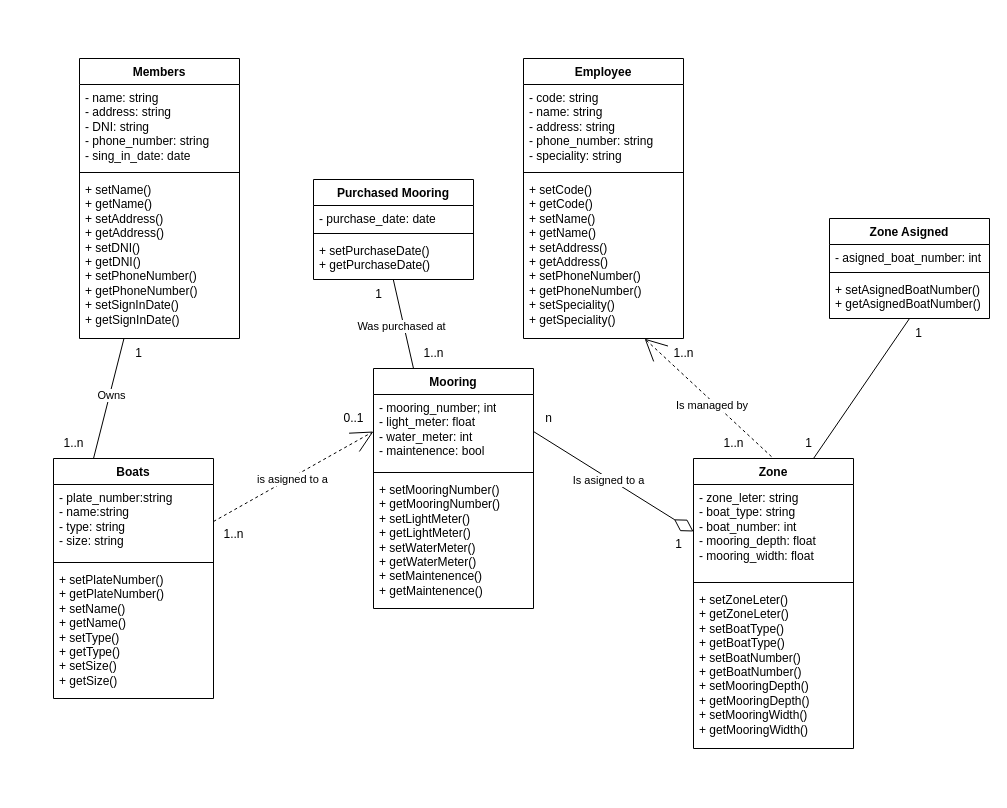
Alex-Doga/etsdam_alejandro keeps this draw.io diagram as ut4/Pruebas Diagramas de Clasesdraw.io/ClubNautico.drawio. Above is the earlier version. Source tidied: cells renumbered, new cells numbered last; positions are measured from the earlier drawing's top-left corner, leaving out a move shared by most shapes. Both pictures are drawn from the tidied source at 100%, with x=0, y=0 at pixel (53, 58).
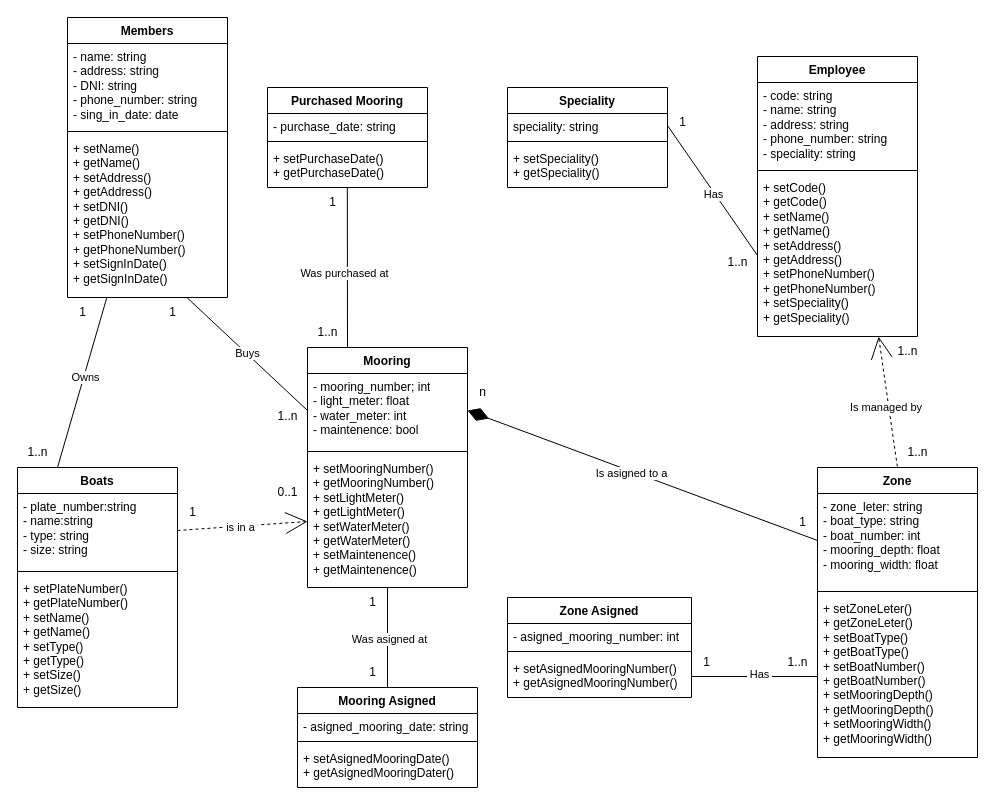
After the change.

Commit message (it also covers changes not shown here):
Nuevo diagrama en ut4

The change refers to these unchanged cells:
```xml
<mxCell id="7" value="+ setName()&lt;div&gt;+ getName()&lt;/div&gt;&lt;div&gt;+ setAddress()&lt;/div&gt;&lt;div&gt;+ getAddress()&lt;/div&gt;&lt;div&gt;+ setDNI()&lt;/div&gt;&lt;div&gt;+ getDNI()&lt;/div&gt;&lt;div&gt;+ setPhoneNumber()&lt;/div&gt;&lt;div&gt;+ getPhoneNumber()&lt;/div&gt;&lt;div&gt;+ setSignInDate()&lt;/div&gt;&lt;div&gt;+ getSignInDate()&lt;/div&gt;" style="text;strokeColor=none;fillColor=none;align=left;verticalAlign=top;spacingLeft=4;spacingRight=4;overflow=hidden;points=[[0,0.5],[1,0.5]];portConstraint=eastwest;whiteSpace=wrap;html=1;" parent="4" vertex="1">
  <mxGeometry y="118" width="160" height="162" as="geometry" />
</mxCell>
<mxCell id="9" value="- plate_number:string&lt;div&gt;- name:string&lt;/div&gt;&lt;div&gt;- type: string&lt;/div&gt;&lt;div&gt;- size: string&lt;/div&gt;" style="text;strokeColor=none;fillColor=none;align=left;verticalAlign=top;spacingLeft=4;spacingRight=4;overflow=hidden;points=[[0,0.5],[1,0.5]];portConstraint=eastwest;whiteSpace=wrap;html=1;" parent="8" vertex="1">
  <mxGeometry y="26" width="160" height="74" as="geometry" />
</mxCell>
<mxCell id="15" value="+ setCode()&lt;div&gt;+ getCode()&lt;/div&gt;&lt;div&gt;+ setName()&lt;/div&gt;&lt;div&gt;+ getName()&lt;/div&gt;&lt;div&gt;+ setAddress()&lt;/div&gt;&lt;div&gt;+ getAddress()&lt;/div&gt;&lt;div&gt;+ setPhoneNumber()&lt;/div&gt;&lt;div&gt;+ getPhoneNumber()&lt;/div&gt;&lt;div&gt;+ setSpeciality()&lt;/div&gt;&lt;div&gt;+ getSpeciality()&lt;/div&gt;" style="text;strokeColor=none;fillColor=none;align=left;verticalAlign=top;spacingLeft=4;spacingRight=4;overflow=hidden;points=[[0,0.5],[1,0.5]];portConstraint=eastwest;whiteSpace=wrap;html=1;" parent="12" vertex="1">
  <mxGeometry y="118" width="160" height="162" as="geometry" />
</mxCell>
<mxCell id="17" value="- mooring_number; int&lt;div&gt;- light_meter: float&lt;/div&gt;&lt;div&gt;- water_meter: int&lt;/div&gt;&lt;div&gt;- maintenence: bool&lt;/div&gt;" style="text;strokeColor=none;fillColor=none;align=left;verticalAlign=top;spacingLeft=4;spacingRight=4;overflow=hidden;points=[[0,0.5],[1,0.5]];portConstraint=eastwest;whiteSpace=wrap;html=1;" parent="16" vertex="1">
  <mxGeometry y="26" width="160" height="74" as="geometry" />
</mxCell>
<mxCell id="19" value="+ setMooringNumber()&lt;div&gt;+ getMooringNumber()&lt;/div&gt;&lt;div&gt;+ setLightMeter()&lt;/div&gt;&lt;div&gt;+ getLightMeter()&lt;/div&gt;&lt;div&gt;+ setWaterMeter()&lt;/div&gt;&lt;div&gt;+ getWaterMeter()&lt;/div&gt;&lt;div&gt;+ setMaintenence()&lt;/div&gt;&lt;div&gt;+ getMaintenence()&lt;/div&gt;" style="text;strokeColor=none;fillColor=none;align=left;verticalAlign=top;spacingLeft=4;spacingRight=4;overflow=hidden;points=[[0,0.5],[1,0.5]];portConstraint=eastwest;whiteSpace=wrap;html=1;" parent="16" vertex="1">
  <mxGeometry y="108" width="160" height="132" as="geometry" />
</mxCell>
<mxCell id="21" value="- zone_leter: string&lt;div&gt;- boat_type: string&lt;/div&gt;&lt;div&gt;- boat_number: int&lt;/div&gt;&lt;div&gt;- mooring_depth: float&lt;/div&gt;&lt;div&gt;- mooring_width: float&lt;/div&gt;" style="text;strokeColor=none;fillColor=none;align=left;verticalAlign=top;spacingLeft=4;spacingRight=4;overflow=hidden;points=[[0,0.5],[1,0.5]];portConstraint=eastwest;whiteSpace=wrap;html=1;" parent="20" vertex="1">
  <mxGeometry y="26" width="160" height="94" as="geometry" />
</mxCell>
<mxCell id="23" value="+ setZoneLeter()&lt;div&gt;+ getZoneLeter()&lt;/div&gt;&lt;div&gt;+ setBoatType()&lt;/div&gt;&lt;div&gt;+ getBoatType()&lt;/div&gt;&lt;div&gt;+ setBoatNumber()&lt;/div&gt;&lt;div&gt;+ getBoatNumber()&lt;/div&gt;&lt;div&gt;+ setMooringDepth()&lt;/div&gt;&lt;div&gt;+ getMooringDepth()&lt;/div&gt;&lt;div&gt;+ setMooringWidth()&lt;/div&gt;&lt;div&gt;+ getMooringWidth()&lt;/div&gt;" style="text;strokeColor=none;fillColor=none;align=left;verticalAlign=top;spacingLeft=4;spacingRight=4;overflow=hidden;points=[[0,0.5],[1,0.5]];portConstraint=eastwest;whiteSpace=wrap;html=1;" parent="20" vertex="1">
  <mxGeometry y="128" width="160" height="162" as="geometry" />
</mxCell>
```

Diff of the diagram source:
```diff
@@
     <mxCell id="4" value="Members" style="swimlane;fontStyle=1;align=center;verticalAlign=top;horizontal=1;startSize=26;whiteSpace=wrap;html=1;" parent="1" vertex="1">
-      <mxGeometry x="26" width="160" height="280" as="geometry" />
+      <mxGeometry x="14" y="-41" width="160" height="280" as="geometry" />
     </mxCell>
@@
     <mxCell id="8" value="Boats" style="swimlane;fontStyle=1;align=center;verticalAlign=top;horizontal=1;startSize=26;whiteSpace=wrap;html=1;" parent="1" vertex="1">
-      <mxGeometry y="400" width="160" height="240" as="geometry" />
+      <mxGeometry x="-36" y="409" width="160" height="240" as="geometry" />
     </mxCell>
@@
     <mxCell id="12" value="Employee" style="swimlane;fontStyle=1;align=center;verticalAlign=top;horizontal=1;startSize=26;whiteSpace=wrap;html=1;" parent="1" vertex="1">
-      <mxGeometry x="470" width="160" height="280" as="geometry" />
+      <mxGeometry x="704" y="-2" width="160" height="280" as="geometry" />
     </mxCell>
@@
     <mxCell id="16" value="Mooring" style="swimlane;fontStyle=1;align=center;verticalAlign=top;horizontal=1;startSize=26;whiteSpace=wrap;html=1;" parent="1" vertex="1">
-      <mxGeometry x="320" y="310" width="160" height="240" as="geometry" />
+      <mxGeometry x="254" y="289" width="160" height="240" as="geometry" />
     </mxCell>
@@
     <mxCell id="20" value="Zone" style="swimlane;fontStyle=1;align=center;verticalAlign=top;horizontal=1;startSize=26;whiteSpace=wrap;html=1;" parent="1" vertex="1">
-      <mxGeometry x="640" y="400" width="160" height="290" as="geometry" />
+      <mxGeometry x="764" y="409" width="160" height="290" as="geometry" />
     </mxCell>
@@
     <mxCell id="24" value="Purchased Mooring" style="swimlane;fontStyle=1;align=center;verticalAlign=top;horizontal=1;startSize=26;whiteSpace=wrap;html=1;" parent="1" vertex="1">
-      <mxGeometry x="260" y="121" width="160" height="100" as="geometry" />
+      <mxGeometry x="214" y="29" width="160" height="100" as="geometry" />
     </mxCell>
-    <mxCell id="25" value="- purchase_date: date" style="text;strokeColor=none;fillColor=none;align=left;verticalAlign=top;spacingLeft=4;spacingRight=4;overflow=hidden;whiteSpace=wrap;html=1;" parent="24" vertex="1">
+    <mxCell id="25" value="- purchase_date: string" style="text;strokeColor=none;fillColor=none;align=left;verticalAlign=top;spacingLeft=4;spacingRight=4;overflow=hidden;whiteSpace=wrap;html=1;" parent="24" vertex="1">
       <mxGeometry y="26" width="160" height="24" as="geometry" />
     </mxCell>
@@
-    <mxCell id="28" style="edgeStyle=none;html=1;exitX=0.5;exitY=1;exitDx=0;exitDy=0;entryX=0.75;entryY=0;entryDx=0;entryDy=0;endArrow=none;endFill=0;startArrow=none;startFill=0;targetPerimeterSpacing=0;startSize=20;" parent="1" edge="1" source="29" target="20">
+    <mxCell id="28" style="edgeStyle=none;html=1;entryX=0;entryY=0.5;entryDx=0;entryDy=0;endArrow=none;endFill=0;startArrow=none;startFill=0;targetPerimeterSpacing=0;startSize=20;exitX=1;exitY=0.5;exitDx=0;exitDy=0;" parent="1" edge="1" source="32" target="23">
       <mxGeometry relative="1" as="geometry" />
     </mxCell>
+    <mxCell id="53" value="&amp;nbsp;Has&amp;nbsp;" style="edgeLabel;html=1;align=center;verticalAlign=middle;" parent="28" vertex="1">
+      <mxGeometry x="0.06" y="3" relative="1" as="geometry" />
+    </mxCell>
     <mxCell id="29" value="Zone Asigned" style="swimlane;fontStyle=1;align=center;verticalAlign=top;horizontal=1;startSize=26;whiteSpace=wrap;html=1;" parent="1" vertex="1">
-      <mxGeometry x="776" y="160" width="160" height="100" as="geometry" />
+      <mxGeometry x="454" y="539" width="184" height="100" as="geometry" />
     </mxCell>
-    <mxCell id="30" value="- asigned_boat_number: int" style="text;strokeColor=none;fillColor=none;align=left;verticalAlign=top;spacingLeft=4;spacingRight=4;overflow=hidden;whiteSpace=wrap;html=1;" parent="29" vertex="1">
-      <mxGeometry y="26" width="160" height="24" as="geometry" />
+    <mxCell id="30" value="- asigned_mooring_number: int" style="text;strokeColor=none;fillColor=none;align=left;verticalAlign=top;spacingLeft=4;spacingRight=4;overflow=hidden;whiteSpace=wrap;html=1;" parent="29" vertex="1">
+      <mxGeometry y="26" width="184" height="24" as="geometry" />
     </mxCell>
     <mxCell id="31" style="line;strokeWidth=1;fillColor=none;align=left;verticalAlign=middle;spacingTop=-1;spacingLeft=3;spacingRight=3;labelPosition=right;strokeColor=inherit;" parent="29" vertex="1">
-      <mxGeometry y="50" width="160" height="8" as="geometry" />
+      <mxGeometry y="50" width="184" height="8" as="geometry" />
     </mxCell>
-    <mxCell id="32" value="+ setAsignedBoatNumber()&lt;div&gt;+ getAsignedBoatNumber()&lt;/div&gt;" style="text;strokeColor=none;fillColor=none;align=left;verticalAlign=top;spacingLeft=4;spacingRight=4;overflow=hidden;points=[[0,0.5],[1,0.5]];portConstraint=eastwest;whiteSpace=wrap;html=1;" parent="29" vertex="1">
-      <mxGeometry y="58" width="160" height="42" as="geometry" />
+    <mxCell id="32" value="+ setAsignedMooringNumber()&lt;div&gt;+ getAsignedMooringNumber()&lt;/div&gt;" style="text;strokeColor=none;fillColor=none;align=left;verticalAlign=top;spacingLeft=4;spacingRight=4;overflow=hidden;points=[[0,0.5],[1,0.5]];portConstraint=eastwest;whiteSpace=wrap;html=1;" parent="29" vertex="1">
+      <mxGeometry y="58" width="184" height="42" as="geometry" />
     </mxCell>
     <mxCell id="33" value="1" style="text;html=1;align=center;verticalAlign=middle;strokeColor=none;fillColor=none;" parent="1" vertex="1">
-      <mxGeometry x="70" y="280" width="30" height="30" as="geometry" />
+      <mxGeometry x="14" y="239" width="30" height="30" as="geometry" />
     </mxCell>
     <mxCell id="34" value="1..n" style="text;html=1;align=center;verticalAlign=middle;strokeColor=none;fillColor=none;" parent="1" vertex="1">
-      <mxGeometry y="370" width="40" height="30" as="geometry" />
+      <mxGeometry x="-36" y="379" width="40" height="30" as="geometry" />
     </mxCell>
-    <mxCell id="35" style="edgeStyle=none;html=1;exitX=1;exitY=0.5;exitDx=0;exitDy=0;entryX=0;entryY=0.5;entryDx=0;entryDy=0;endArrow=diamondThin;endFill=0;endSize=20;" parent="1" edge="1" source="17" target="21">
+    <mxCell id="35" style="edgeStyle=none;html=1;exitX=1;exitY=0.5;exitDx=0;exitDy=0;entryX=0;entryY=0.5;entryDx=0;entryDy=0;endArrow=none;endFill=0;endSize=20;startArrow=diamondThin;startFill=1;startSize=20;" parent="1" edge="1" source="17" target="21">
       <mxGeometry relative="1" as="geometry" />
     </mxCell>
@@
     <mxCell id="39" value="1..n" style="text;html=1;align=center;verticalAlign=middle;strokeColor=none;fillColor=none;" parent="1" vertex="1">
-      <mxGeometry x="660" y="370" width="40" height="30" as="geometry" />
+      <mxGeometry x="844" y="379" width="40" height="30" as="geometry" />
     </mxCell>
     <mxCell id="40" value="1..n" style="text;html=1;align=center;verticalAlign=middle;strokeColor=none;fillColor=none;" parent="1" vertex="1">
-      <mxGeometry x="610" y="280" width="40" height="30" as="geometry" />
+      <mxGeometry x="834" y="278" width="40" height="30" as="geometry" />
     </mxCell>
-    <mxCell id="41" style="edgeStyle=none;html=1;exitX=1;exitY=0.5;exitDx=0;exitDy=0;entryX=0;entryY=0.5;entryDx=0;entryDy=0;endArrow=open;endFill=0;endSize=20;dashed=1;" parent="1" edge="1" source="9" target="17">
+    <mxCell id="41" style="edgeStyle=none;html=1;exitX=1;exitY=0.5;exitDx=0;exitDy=0;entryX=0;entryY=0.5;entryDx=0;entryDy=0;endArrow=open;endFill=0;endSize=20;dashed=1;" parent="1" edge="1" source="9" target="19">
       <mxGeometry relative="1" as="geometry" />
     </mxCell>
-    <mxCell id="42" value="&amp;nbsp;is asigned to a&amp;nbsp;" style="edgeLabel;html=1;align=center;verticalAlign=middle;" parent="41" vertex="1">
+    <mxCell id="42" value="&amp;nbsp;is in a&amp;nbsp;" style="edgeLabel;html=1;align=center;verticalAlign=middle;" parent="41" vertex="1">
       <mxGeometry x="-0.03" y="-1" relative="1" as="geometry" />
     </mxCell>
-    <mxCell id="43" value="0..1" style="text;html=1;align=center;verticalAlign=middle;strokeColor=none;fillColor=none;" parent="1" vertex="1">
-      <mxGeometry x="280" y="345" width="40" height="30" as="geometry" />
-    </mxCell>
-    <mxCell id="44" value="1..n" style="text;html=1;align=center;verticalAlign=middle;strokeColor=none;fillColor=none;" parent="1" vertex="1">
-      <mxGeometry x="160" y="461" width="40" height="30" as="geometry" />
+    <mxCell id="44" value="1" style="text;html=1;align=center;verticalAlign=middle;strokeColor=none;fillColor=none;" parent="1" vertex="1">
+      <mxGeometry x="124" y="439" width="30" height="30" as="geometry" />
     </mxCell>
     <mxCell id="45" value="n" style="text;html=1;align=center;verticalAlign=middle;strokeColor=none;fillColor=none;" parent="1" vertex="1">
-      <mxGeometry x="480" y="345" width="30" height="30" as="geometry" />
+      <mxGeometry x="414" y="319" width="30" height="30" as="geometry" />
     </mxCell>
     <mxCell id="46" value="1" style="text;html=1;align=center;verticalAlign=middle;strokeColor=none;fillColor=none;" parent="1" vertex="1">
-      <mxGeometry x="610" y="471" width="30" height="30" as="geometry" />
+      <mxGeometry x="734" y="449" width="30" height="30" as="geometry" />
     </mxCell>
     <mxCell id="47" value="1" style="text;html=1;align=center;verticalAlign=middle;strokeColor=none;fillColor=none;" parent="1" vertex="1">
-      <mxGeometry x="740" y="370" width="30" height="30" as="geometry" />
+      <mxGeometry x="638" y="589" width="30" height="30" as="geometry" />
     </mxCell>
-    <mxCell id="48" value="1" style="text;html=1;align=center;verticalAlign=middle;strokeColor=none;fillColor=none;" parent="1" vertex="1">
-      <mxGeometry x="850" y="260" width="30" height="30" as="geometry" />
+    <mxCell id="48" value="1..n" style="text;html=1;align=center;verticalAlign=middle;strokeColor=none;fillColor=none;" parent="1" vertex="1">
+      <mxGeometry x="724" y="589" width="40" height="30" as="geometry" />
     </mxCell>
@@
     <mxCell id="51" value="1..n" style="text;html=1;align=center;verticalAlign=middle;strokeColor=none;fillColor=none;" parent="1" vertex="1">
-      <mxGeometry x="360" y="280" width="40" height="30" as="geometry" />
+      <mxGeometry x="254" y="259" width="40" height="30" as="geometry" />
     </mxCell>
     <mxCell id="52" value="1" style="text;html=1;align=center;verticalAlign=middle;strokeColor=none;fillColor=none;" parent="1" vertex="1">
-      <mxGeometry x="310" y="221" width="30" height="30" as="geometry" />
+      <mxGeometry x="264" y="129" width="30" height="30" as="geometry" />
     </mxCell>
+    <mxCell id="54" style="edgeStyle=none;html=1;exitX=0.5;exitY=0;exitDx=0;exitDy=0;entryX=0.5;entryY=1;entryDx=0;entryDy=0;endArrow=none;endFill=0;" parent="1" edge="1" source="56" target="16">
+      <mxGeometry relative="1" as="geometry" />
+    </mxCell>
+    <mxCell id="55" value="&amp;nbsp;Was asigned at&amp;nbsp;" style="edgeLabel;html=1;align=center;verticalAlign=middle;" parent="54" vertex="1">
+      <mxGeometry x="-0.03" y="-1" relative="1" as="geometry" />
+    </mxCell>
+    <mxCell id="56" value="Mooring Asigned" style="swimlane;fontStyle=1;align=center;verticalAlign=top;horizontal=1;startSize=26;whiteSpace=wrap;html=1;" parent="1" vertex="1">
+      <mxGeometry x="244" y="629" width="180" height="100" as="geometry" />
+    </mxCell>
+    <mxCell id="57" value="- asigned_mooring_date: string" style="text;strokeColor=none;fillColor=none;align=left;verticalAlign=top;spacingLeft=4;spacingRight=4;overflow=hidden;whiteSpace=wrap;html=1;" parent="56" vertex="1">
+      <mxGeometry y="26" width="180" height="24" as="geometry" />
+    </mxCell>
+    <mxCell id="58" style="line;strokeWidth=1;fillColor=none;align=left;verticalAlign=middle;spacingTop=-1;spacingLeft=3;spacingRight=3;labelPosition=right;strokeColor=inherit;" parent="56" vertex="1">
+      <mxGeometry y="50" width="180" height="8" as="geometry" />
+    </mxCell>
+    <mxCell id="59" value="+ setAsignedMooringDate()&lt;div&gt;+ getAsignedMooringDater()&lt;/div&gt;" style="text;strokeColor=none;fillColor=none;align=left;verticalAlign=top;spacingLeft=4;spacingRight=4;overflow=hidden;whiteSpace=wrap;html=1;" parent="56" vertex="1">
+      <mxGeometry y="58" width="180" height="42" as="geometry" />
+    </mxCell>
+    <mxCell id="43" value="0..1" style="text;html=1;align=center;verticalAlign=middle;strokeColor=none;fillColor=none;" parent="1" vertex="1">
+      <mxGeometry x="214" y="419" width="40" height="30" as="geometry" />
+    </mxCell>
+    <mxCell id="60" value="1" style="text;html=1;align=center;verticalAlign=middle;strokeColor=none;fillColor=none;" parent="1" vertex="1">
+      <mxGeometry x="304" y="529" width="30" height="30" as="geometry" />
+    </mxCell>
+    <mxCell id="61" value="1" style="text;html=1;align=center;verticalAlign=middle;strokeColor=none;fillColor=none;" parent="1" vertex="1">
+      <mxGeometry x="304" y="599" width="30" height="30" as="geometry" />
+    </mxCell>
+    <mxCell id="62" style="edgeStyle=none;html=1;exitX=0.746;exitY=1;exitDx=0;exitDy=0;entryX=0;entryY=0.5;entryDx=0;entryDy=0;exitPerimeter=0;endArrow=none;endFill=0;" parent="1" edge="1" source="7" target="17">
+      <mxGeometry relative="1" as="geometry" />
+    </mxCell>
+    <mxCell id="63" value="&amp;nbsp;Buys&amp;nbsp;" style="edgeLabel;html=1;align=center;verticalAlign=middle;" parent="62" vertex="1">
+      <mxGeometry x="-0.01" y="1" relative="1" as="geometry" />
+    </mxCell>
+    <mxCell id="64" value="1..n" style="text;html=1;align=center;verticalAlign=middle;strokeColor=none;fillColor=none;" parent="1" vertex="1">
+      <mxGeometry x="214" y="343" width="40" height="30" as="geometry" />
+    </mxCell>
+    <mxCell id="65" value="1" style="text;html=1;align=center;verticalAlign=middle;strokeColor=none;fillColor=none;" parent="1" vertex="1">
+      <mxGeometry x="104" y="239" width="30" height="30" as="geometry" />
+    </mxCell>
+    <mxCell id="66" value="Speciality" style="swimlane;fontStyle=1;align=center;verticalAlign=top;horizontal=1;startSize=26;whiteSpace=wrap;html=1;" parent="1" vertex="1">
+      <mxGeometry x="454" y="29" width="160" height="100" as="geometry" />
+    </mxCell>
+    <mxCell id="67" value="speciality: string" style="text;strokeColor=none;fillColor=none;align=left;verticalAlign=top;spacingLeft=4;spacingRight=4;overflow=hidden;points=[[0,0.5],[1,0.5]];portConstraint=eastwest;whiteSpace=wrap;html=1;" parent="66" vertex="1">
+      <mxGeometry y="26" width="160" height="24" as="geometry" />
+    </mxCell>
+    <mxCell id="68" style="line;strokeWidth=1;fillColor=none;align=left;verticalAlign=middle;spacingTop=-1;spacingLeft=3;spacingRight=3;labelPosition=right;strokeColor=inherit;" parent="66" vertex="1">
+      <mxGeometry y="50" width="160" height="8" as="geometry" />
+    </mxCell>
+    <mxCell id="69" value="+ setSpeciality()&lt;div&gt;+ getSpeciality()&lt;/div&gt;" style="text;strokeColor=none;fillColor=none;align=left;verticalAlign=top;spacingLeft=4;spacingRight=4;overflow=hidden;whiteSpace=wrap;html=1;" parent="66" vertex="1">
+      <mxGeometry y="58" width="160" height="42" as="geometry" />
+    </mxCell>
+    <mxCell id="70" style="edgeStyle=none;html=1;exitX=1;exitY=0.5;exitDx=0;exitDy=0;entryX=0;entryY=0.5;entryDx=0;entryDy=0;endArrow=none;endFill=0;" parent="1" edge="1" source="67" target="15">
+      <mxGeometry relative="1" as="geometry" />
+    </mxCell>
+    <mxCell id="71" value="&amp;nbsp;Has&amp;nbsp;" style="edgeLabel;html=1;align=center;verticalAlign=middle;" parent="70" vertex="1">
+      <mxGeometry x="0.05" y="-1" relative="1" as="geometry">
+        <mxPoint x="-1" as="offset" />
+      </mxGeometry>
+    </mxCell>
+    <mxCell id="72" value="1" style="text;html=1;align=center;verticalAlign=middle;strokeColor=none;fillColor=none;" parent="1" vertex="1">
+      <mxGeometry x="614" y="49" width="30" height="30" as="geometry" />
+    </mxCell>
+    <mxCell id="73" value="1..n" style="text;html=1;align=center;verticalAlign=middle;strokeColor=none;fillColor=none;" parent="1" vertex="1">
+      <mxGeometry x="664" y="189" width="40" height="30" as="geometry" />
+    </mxCell>
```
